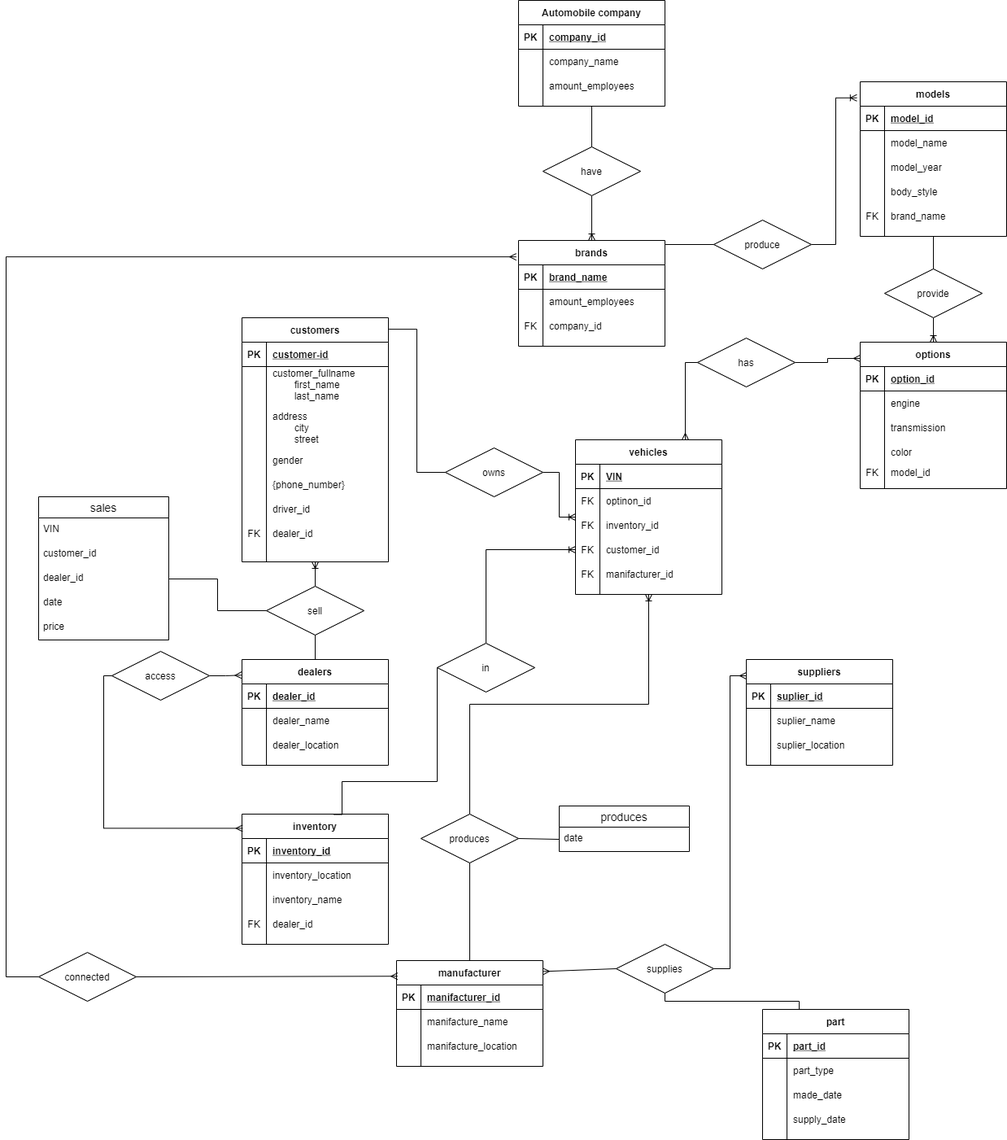
Before: Project/Project.drawio.png, a diagram exported from draw.io (dari-kayoo/Database). Source tidied: cells renumbered, new cells last; positions are measured from the earlier drawing's top-left corner, leaving out a move shared by most shapes.
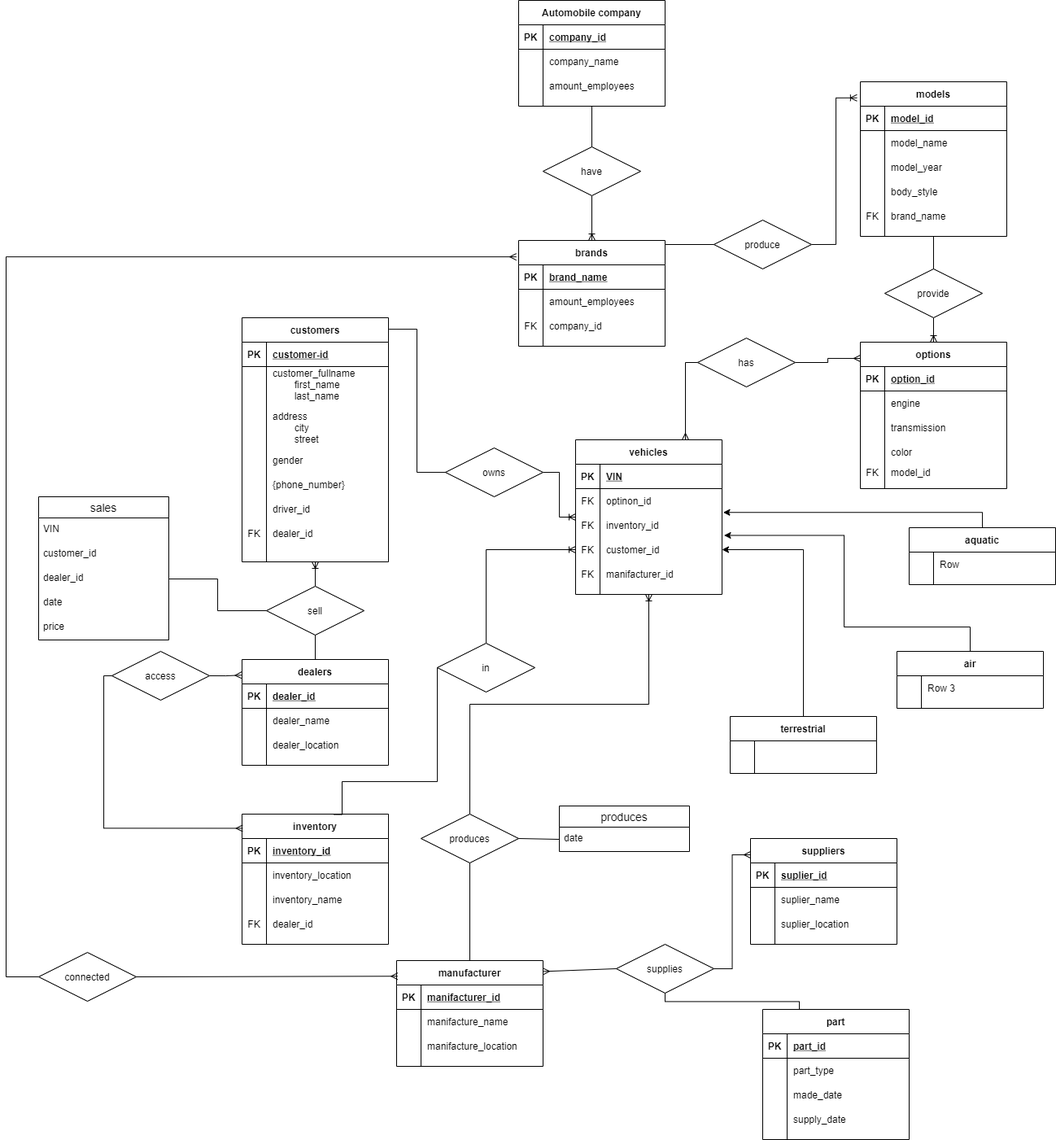
The same file after the commit.

The edit, as a diff of the source:
```diff
@@ -273,7 +273,7 @@
       <mxGeometry x="30" width="150" height="30" as="geometry" />
     </mxCell>
     <mxCell id="92" value="suppliers" style="shape=table;startSize=30;rowLines=0;fontStyle=1;align=center;" parent="1" vertex="1">
-      <mxGeometry x="910" y="810" width="180" height="130" as="geometry" />
+      <mxGeometry x="915" y="1030" width="180" height="130" as="geometry" />
     </mxCell>
     <mxCell id="93" style="shape=partialRectangle;fillColor=none;top=0;left=0;bottom=1;right=0;" parent="92" vertex="1">
       <mxGeometry y="30" width="180" height="30" as="geometry" />
@@ -584,5 +584,60 @@
     <mxCell id="191" style="endArrow=none;html=1;rounded=0;elbow=vertical;exitX=1;exitY=0.5;exitDx=0;exitDy=0;entryX=0;entryY=0.5;entryDx=0;entryDy=0;edgeStyle=orthogonalEdgeStyle;" parent="1" edge="1" source="188" target="138">
       <mxGeometry relative="1" as="geometry" />
     </mxCell>
+    <mxCell id="192" style="edgeStyle=orthogonalEdgeStyle;rounded=0;jettySize=auto;html=1;exitX=0.5;exitY=0;exitDx=0;exitDy=0;entryX=1.008;entryY=-0.025;entryDx=0;entryDy=0;entryPerimeter=0;" parent="1" edge="1" source="193" target="9">
+      <mxGeometry relative="1" as="geometry">
+        <Array as="points">
+          <mxPoint x="1200" y="629" />
+        </Array>
+      </mxGeometry>
+    </mxCell>
+    <mxCell id="193" value="aquatic" style="shape=table;startSize=30;rowLines=0;fontStyle=1;align=center;" parent="1" vertex="1">
+      <mxGeometry x="1110" y="648" width="180" height="70" as="geometry" />
+    </mxCell>
+    <mxCell id="194" style="shape=partialRectangle;fillColor=none;top=0;left=0;bottom=0;right=0;" parent="193" vertex="1">
+      <mxGeometry y="30" width="180" height="30" as="geometry" />
+    </mxCell>
+    <mxCell id="195" style="shape=partialRectangle;fillColor=none;top=0;left=0;bottom=0;right=0;overflow=hidden;" parent="194" vertex="1">
+      <mxGeometry width="30" height="30" as="geometry" />
+    </mxCell>
+    <mxCell id="196" value="Row" style="shape=partialRectangle;fillColor=none;top=0;left=0;bottom=0;right=0;align=left;spacingLeft=6;overflow=hidden;" parent="194" vertex="1">
+      <mxGeometry x="30" width="150" height="30" as="geometry" />
+    </mxCell>
+    <mxCell id="197" style="edgeStyle=orthogonalEdgeStyle;rounded=0;jettySize=auto;html=1;exitX=0.5;exitY=0;exitDx=0;exitDy=0;entryX=1;entryY=0.5;entryDx=0;entryDy=0;" parent="1" edge="1" source="198" target="12">
+      <mxGeometry relative="1" as="geometry" />
+    </mxCell>
+    <mxCell id="198" value="terrestrial" style="shape=table;startSize=30;rowLines=0;fontStyle=1;align=center;" parent="1" vertex="1">
+      <mxGeometry x="890" y="880" width="180" height="70" as="geometry" />
+    </mxCell>
+    <mxCell id="199" style="shape=partialRectangle;fillColor=none;top=0;left=0;bottom=0;right=0;" parent="198" vertex="1">
+      <mxGeometry y="30" width="180" height="30" as="geometry" />
+    </mxCell>
+    <mxCell id="200" style="shape=partialRectangle;fillColor=none;top=0;left=0;bottom=0;right=0;overflow=hidden;" parent="199" vertex="1">
+      <mxGeometry width="30" height="30" as="geometry" />
+    </mxCell>
+    <mxCell id="201" style="shape=partialRectangle;fillColor=none;top=0;left=0;bottom=0;right=0;align=left;spacingLeft=6;overflow=hidden;" parent="199" vertex="1">
+      <mxGeometry x="30" width="150" height="30" as="geometry" />
+    </mxCell>
+    <mxCell id="202" style="edgeStyle=orthogonalEdgeStyle;rounded=0;jettySize=auto;html=1;exitX=0.5;exitY=0;exitDx=0;exitDy=0;entryX=1.014;entryY=-0.084;entryDx=0;entryDy=0;entryPerimeter=0;" parent="1" edge="1" source="203" target="12">
+      <mxGeometry relative="1" as="geometry">
+        <Array as="points">
+          <mxPoint x="1185" y="770" />
+          <mxPoint x="1030" y="770" />
+          <mxPoint x="1030" y="657" />
+        </Array>
+      </mxGeometry>
+    </mxCell>
+    <mxCell id="203" value="air" style="shape=table;startSize=30;rowLines=0;fontStyle=1;align=center;" parent="1" vertex="1">
+      <mxGeometry x="1095" y="800" width="180" height="70" as="geometry" />
+    </mxCell>
+    <mxCell id="204" style="shape=partialRectangle;fillColor=none;top=0;left=0;bottom=0;right=0;" parent="203" vertex="1">
+      <mxGeometry y="30" width="180" height="30" as="geometry" />
+    </mxCell>
+    <mxCell id="205" style="shape=partialRectangle;fillColor=none;top=0;left=0;bottom=0;right=0;overflow=hidden;" parent="204" vertex="1">
+      <mxGeometry width="30" height="30" as="geometry" />
+    </mxCell>
+    <mxCell id="206" value="Row 3" style="shape=partialRectangle;fillColor=none;top=0;left=0;bottom=0;right=0;align=left;spacingLeft=6;overflow=hidden;" parent="204" vertex="1">
+      <mxGeometry x="30" width="150" height="30" as="geometry" />
+    </mxCell>
   </root>
 </mxGraphModel>
```
